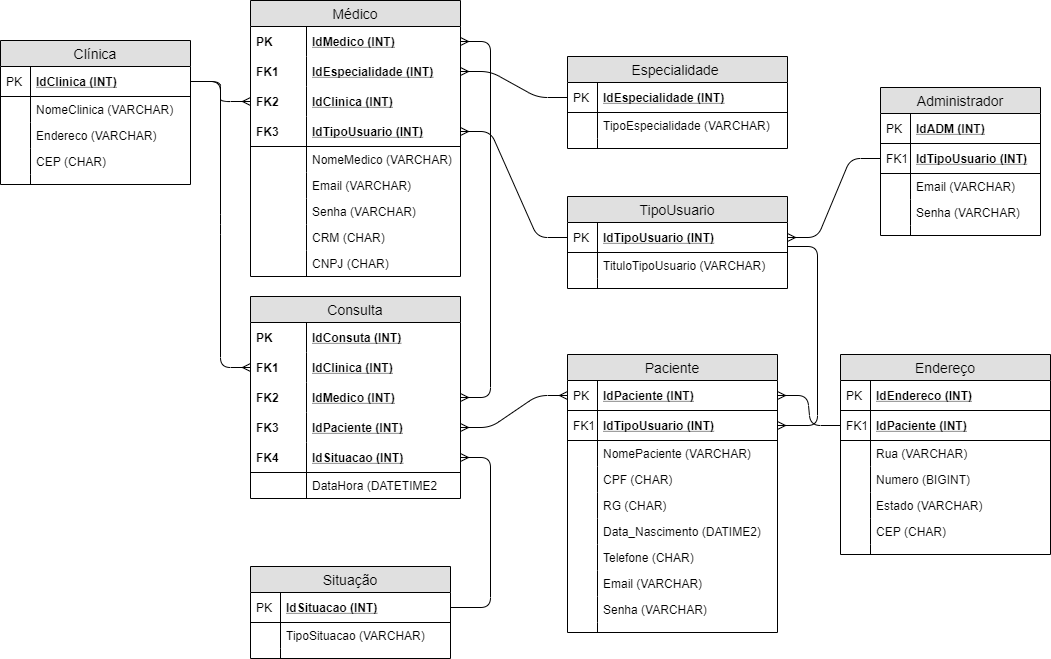
Earlier version of the draw.io export Modelagem/SPMed-Lógico.png (Matheus-Nasci/SENAI_SPMedGroup_Sprint1-BD-Tarde-MatheusNascimento). Source tidied: cells renumbered, new cells last; positions are measured from the earlier drawing's top-left corner, leaving out a move shared by most shapes.
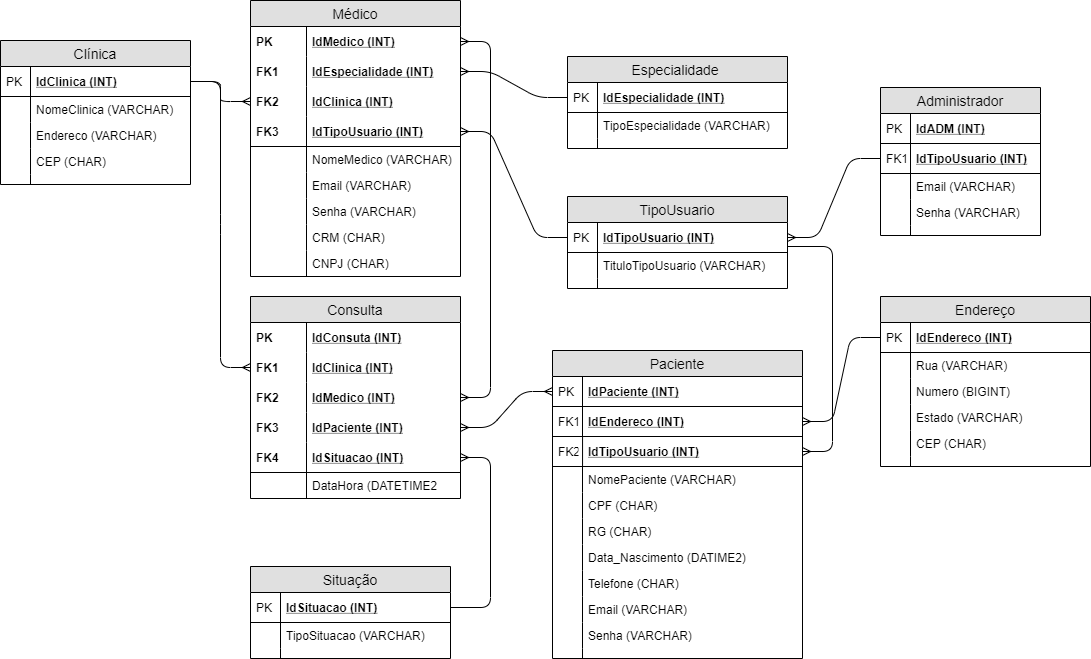
After the commit.

Diff of the diagram source:
```diff
@@ -57,64 +57,70 @@
       <mxGeometry width="30" height="10" as="geometry" />
     </mxCell>
     <mxCell id="20" value="Paciente" style="swimlane;fontStyle=0;horizontal=1;startSize=26;fillColor=#e0e0e0;swimlaneFillColor=#ffffff;align=center;fontSize=14;" parent="1" vertex="1">
-      <mxGeometry x="567" y="354" width="210" height="278" as="geometry" />
+      <mxGeometry x="552" y="350" width="250" height="308" as="geometry" />
     </mxCell>
     <mxCell id="21" value="IdPaciente (INT)" style="shape=partialRectangle;top=0;left=0;right=0;bottom=1;align=left;verticalAlign=middle;fillColor=none;spacingLeft=34;spacingRight=4;overflow=hidden;points=[[0,0.5],[1,0.5]];portConstraint=eastwest;fontStyle=5;fontSize=12;" parent="20" vertex="1">
-      <mxGeometry y="26" width="210" height="30" as="geometry" />
+      <mxGeometry y="26" width="250" height="30" as="geometry" />
     </mxCell>
     <mxCell id="22" value="PK" style="shape=partialRectangle;top=0;left=0;bottom=0;fillColor=none;align=left;verticalAlign=middle;spacingLeft=4;spacingRight=4;overflow=hidden;fontSize=12;" parent="21" vertex="1">
       <mxGeometry width="30" height="30" as="geometry" />
     </mxCell>
+    <mxCell id="123" value="IdEndereco (INT)" style="shape=partialRectangle;top=0;left=0;right=0;bottom=1;align=left;verticalAlign=middle;fillColor=none;spacingLeft=34;spacingRight=4;overflow=hidden;points=[[0,0.5],[1,0.5]];portConstraint=eastwest;fontStyle=5;fontSize=12;" parent="20" vertex="1">
+      <mxGeometry y="56" width="250" height="30" as="geometry" />
+    </mxCell>
+    <mxCell id="111" value="FK1" style="shape=partialRectangle;top=0;left=0;bottom=0;fillColor=none;align=left;verticalAlign=middle;spacingLeft=4;spacingRight=4;overflow=hidden;fontSize=12;" parent="123" vertex="1">
+      <mxGeometry width="30" height="30" as="geometry" />
+    </mxCell>
     <mxCell id="23" value="IdTipoUsuario (INT)" style="shape=partialRectangle;top=0;left=0;right=0;bottom=1;align=left;verticalAlign=middle;fillColor=none;spacingLeft=34;spacingRight=4;overflow=hidden;points=[[0,0.5],[1,0.5]];portConstraint=eastwest;fontStyle=5;fontSize=12;" parent="20" vertex="1">
-      <mxGeometry y="56" width="210" height="30" as="geometry" />
+      <mxGeometry y="86" width="250" height="30" as="geometry" />
     </mxCell>
-    <mxCell id="24" value="FK1" style="shape=partialRectangle;top=0;left=0;bottom=0;fillColor=none;align=left;verticalAlign=middle;spacingLeft=4;spacingRight=4;overflow=hidden;fontSize=12;" parent="23" vertex="1">
-      <mxGeometry width="30" height="30" as="geometry" />
+    <mxCell id="24" value="FK2" style="shape=partialRectangle;top=0;left=0;bottom=0;fillColor=none;align=left;verticalAlign=middle;spacingLeft=4;spacingRight=4;overflow=hidden;fontSize=12;" parent="23" vertex="1">
+      <mxGeometry width="30.1" height="30" as="geometry" />
     </mxCell>
     <mxCell id="25" value="NomePaciente (VARCHAR)" style="shape=partialRectangle;top=0;left=0;right=0;bottom=0;align=left;verticalAlign=top;fillColor=none;spacingLeft=34;spacingRight=4;overflow=hidden;fontSize=12;" parent="20" vertex="1">
-      <mxGeometry y="86" width="210" height="26" as="geometry" />
+      <mxGeometry y="116" width="250" height="26" as="geometry" />
     </mxCell>
     <mxCell id="26" style="shape=partialRectangle;top=0;left=0;bottom=0;fillColor=none;align=left;verticalAlign=top;spacingLeft=4;spacingRight=4;overflow=hidden;fontSize=12;" parent="25" vertex="1">
       <mxGeometry width="30" height="26" as="geometry" />
     </mxCell>
     <mxCell id="27" value="CPF (CHAR)" style="shape=partialRectangle;top=0;left=0;right=0;bottom=0;align=left;verticalAlign=top;fillColor=none;spacingLeft=34;spacingRight=4;overflow=hidden;fontSize=12;" parent="20" vertex="1">
-      <mxGeometry y="112" width="210" height="26" as="geometry" />
+      <mxGeometry y="142" width="250" height="26" as="geometry" />
     </mxCell>
     <mxCell id="28" style="shape=partialRectangle;top=0;left=0;bottom=0;fillColor=none;align=left;verticalAlign=top;spacingLeft=4;spacingRight=4;overflow=hidden;fontSize=12;" parent="27" vertex="1">
       <mxGeometry width="30" height="26" as="geometry" />
     </mxCell>
     <mxCell id="29" value="RG (CHAR)" style="shape=partialRectangle;top=0;left=0;right=0;bottom=0;align=left;verticalAlign=top;fillColor=none;spacingLeft=34;spacingRight=4;overflow=hidden;fontSize=12;" parent="20" vertex="1">
-      <mxGeometry y="138" width="210" height="26" as="geometry" />
+      <mxGeometry y="168" width="250" height="26" as="geometry" />
     </mxCell>
     <mxCell id="30" style="shape=partialRectangle;top=0;left=0;bottom=0;fillColor=none;align=left;verticalAlign=top;spacingLeft=4;spacingRight=4;overflow=hidden;fontSize=12;" parent="29" vertex="1">
       <mxGeometry width="30" height="26" as="geometry" />
     </mxCell>
     <mxCell id="31" value="Data_Nascimento (DATIME2)" style="shape=partialRectangle;top=0;left=0;right=0;bottom=0;align=left;verticalAlign=top;fillColor=none;spacingLeft=34;spacingRight=4;overflow=hidden;fontSize=12;" parent="20" vertex="1">
-      <mxGeometry y="164" width="210" height="26" as="geometry" />
+      <mxGeometry y="194" width="250" height="26" as="geometry" />
     </mxCell>
     <mxCell id="32" style="shape=partialRectangle;top=0;left=0;bottom=0;fillColor=none;align=left;verticalAlign=top;spacingLeft=4;spacingRight=4;overflow=hidden;fontSize=12;" parent="31" vertex="1">
       <mxGeometry width="30" height="26" as="geometry" />
     </mxCell>
     <mxCell id="33" value="Telefone (CHAR)" style="shape=partialRectangle;top=0;left=0;right=0;bottom=0;align=left;verticalAlign=top;fillColor=none;spacingLeft=34;spacingRight=4;overflow=hidden;fontSize=12;" parent="20" vertex="1">
-      <mxGeometry y="190" width="210" height="26" as="geometry" />
+      <mxGeometry y="220" width="250" height="26" as="geometry" />
     </mxCell>
     <mxCell id="34" style="shape=partialRectangle;top=0;left=0;bottom=0;fillColor=none;align=left;verticalAlign=top;spacingLeft=4;spacingRight=4;overflow=hidden;fontSize=12;" parent="33" vertex="1">
       <mxGeometry width="30" height="26" as="geometry" />
     </mxCell>
     <mxCell id="35" value="Email (VARCHAR)" style="shape=partialRectangle;top=0;left=0;right=0;bottom=0;align=left;verticalAlign=top;fillColor=none;spacingLeft=34;spacingRight=4;overflow=hidden;fontSize=12;" parent="20" vertex="1">
-      <mxGeometry y="216" width="210" height="26" as="geometry" />
+      <mxGeometry y="246" width="250" height="26" as="geometry" />
     </mxCell>
     <mxCell id="36" style="shape=partialRectangle;top=0;left=0;bottom=0;fillColor=none;align=left;verticalAlign=top;spacingLeft=4;spacingRight=4;overflow=hidden;fontSize=12;" parent="35" vertex="1">
       <mxGeometry width="30" height="26" as="geometry" />
     </mxCell>
     <mxCell id="37" value="Senha (VARCHAR)" style="shape=partialRectangle;top=0;left=0;right=0;bottom=0;align=left;verticalAlign=top;fillColor=none;spacingLeft=34;spacingRight=4;overflow=hidden;fontSize=12;" parent="20" vertex="1">
-      <mxGeometry y="242" width="210" height="26" as="geometry" />
+      <mxGeometry y="272" width="250" height="26" as="geometry" />
     </mxCell>
     <mxCell id="38" style="shape=partialRectangle;top=0;left=0;bottom=0;fillColor=none;align=left;verticalAlign=top;spacingLeft=4;spacingRight=4;overflow=hidden;fontSize=12;" parent="37" vertex="1">
       <mxGeometry width="30" height="26" as="geometry" />
     </mxCell>
     <mxCell id="39" style="shape=partialRectangle;top=0;left=0;right=0;bottom=0;align=left;verticalAlign=top;fillColor=none;spacingLeft=34;spacingRight=4;overflow=hidden;fontSize=12;" parent="20" vertex="1">
-      <mxGeometry y="268" width="210" height="10" as="geometry" />
+      <mxGeometry y="298" width="250" height="10" as="geometry" />
     </mxCell>
     <mxCell id="40" style="shape=partialRectangle;top=0;left=0;bottom=0;fillColor=none;align=left;verticalAlign=top;spacingLeft=4;spacingRight=4;overflow=hidden;fontSize=12;" parent="39" vertex="1">
       <mxGeometry width="30" height="10" as="geometry" />
@@ -320,7 +326,7 @@
       <mxGeometry relative="1" as="geometry" />
     </mxCell>
     <mxCell id="107" value="Endereço" style="swimlane;fontStyle=0;horizontal=1;startSize=26;fillColor=#e0e0e0;swimlaneFillColor=#ffffff;align=center;fontSize=14;" parent="1" vertex="1">
-      <mxGeometry x="840" y="354" width="210" height="200" as="geometry" />
+      <mxGeometry x="880" y="296" width="210" height="170" as="geometry" />
     </mxCell>
     <mxCell id="108" value="IdEndereco (INT)" style="shape=partialRectangle;top=0;left=0;right=0;bottom=1;align=left;verticalAlign=middle;fillColor=none;spacingLeft=34;spacingRight=4;overflow=hidden;points=[[0,0.5],[1,0.5]];portConstraint=eastwest;fontStyle=5;fontSize=12;" parent="107" vertex="1">
       <mxGeometry y="26" width="210" height="30" as="geometry" />
@@ -328,43 +334,37 @@
     <mxCell id="109" value="PK" style="shape=partialRectangle;top=0;left=0;bottom=0;fillColor=none;align=left;verticalAlign=middle;spacingLeft=4;spacingRight=4;overflow=hidden;fontSize=12;" parent="108" vertex="1">
       <mxGeometry width="30" height="30" as="geometry" />
     </mxCell>
-    <mxCell id="110" value="IdPaciente (INT)" style="shape=partialRectangle;top=0;left=0;right=0;bottom=1;align=left;verticalAlign=middle;fillColor=none;spacingLeft=34;spacingRight=4;overflow=hidden;points=[[0,0.5],[1,0.5]];portConstraint=eastwest;fontStyle=5;fontSize=12;" parent="107" vertex="1">
-      <mxGeometry y="56" width="210" height="30" as="geometry" />
-    </mxCell>
-    <mxCell id="111" value="FK1" style="shape=partialRectangle;top=0;left=0;bottom=0;fillColor=none;align=left;verticalAlign=middle;spacingLeft=4;spacingRight=4;overflow=hidden;fontSize=12;" parent="110" vertex="1">
-      <mxGeometry width="30" height="30" as="geometry" />
-    </mxCell>
     <mxCell id="112" value="Rua (VARCHAR)" style="shape=partialRectangle;top=0;left=0;right=0;bottom=0;align=left;verticalAlign=top;fillColor=none;spacingLeft=34;spacingRight=4;overflow=hidden;fontSize=12;" parent="107" vertex="1">
-      <mxGeometry y="86" width="210" height="26" as="geometry" />
+      <mxGeometry y="56" width="210" height="26" as="geometry" />
     </mxCell>
     <mxCell id="113" style="shape=partialRectangle;top=0;left=0;bottom=0;fillColor=none;align=left;verticalAlign=top;spacingLeft=4;spacingRight=4;overflow=hidden;fontSize=12;" parent="112" vertex="1">
       <mxGeometry width="30" height="26" as="geometry" />
     </mxCell>
     <mxCell id="114" value="Numero (BIGINT)" style="shape=partialRectangle;top=0;left=0;right=0;bottom=0;align=left;verticalAlign=top;fillColor=none;spacingLeft=34;spacingRight=4;overflow=hidden;fontSize=12;" parent="107" vertex="1">
-      <mxGeometry y="112" width="210" height="26" as="geometry" />
+      <mxGeometry y="82" width="210" height="26" as="geometry" />
     </mxCell>
     <mxCell id="115" style="shape=partialRectangle;top=0;left=0;bottom=0;fillColor=none;align=left;verticalAlign=top;spacingLeft=4;spacingRight=4;overflow=hidden;fontSize=12;" parent="114" vertex="1">
       <mxGeometry width="30" height="26" as="geometry" />
     </mxCell>
     <mxCell id="116" value="Estado (VARCHAR)" style="shape=partialRectangle;top=0;left=0;right=0;bottom=0;align=left;verticalAlign=top;fillColor=none;spacingLeft=34;spacingRight=4;overflow=hidden;fontSize=12;" parent="107" vertex="1">
-      <mxGeometry y="138" width="210" height="26" as="geometry" />
+      <mxGeometry y="108" width="210" height="26" as="geometry" />
     </mxCell>
     <mxCell id="117" style="shape=partialRectangle;top=0;left=0;bottom=0;fillColor=none;align=left;verticalAlign=top;spacingLeft=4;spacingRight=4;overflow=hidden;fontSize=12;" parent="116" vertex="1">
       <mxGeometry width="30" height="26" as="geometry" />
     </mxCell>
     <mxCell id="118" value="CEP (CHAR)" style="shape=partialRectangle;top=0;left=0;right=0;bottom=0;align=left;verticalAlign=top;fillColor=none;spacingLeft=34;spacingRight=4;overflow=hidden;fontSize=12;" parent="107" vertex="1">
-      <mxGeometry y="164" width="210" height="26" as="geometry" />
+      <mxGeometry y="134" width="210" height="26" as="geometry" />
     </mxCell>
     <mxCell id="119" style="shape=partialRectangle;top=0;left=0;bottom=0;fillColor=none;align=left;verticalAlign=top;spacingLeft=4;spacingRight=4;overflow=hidden;fontSize=12;" parent="118" vertex="1">
       <mxGeometry width="30" height="26" as="geometry" />
     </mxCell>
     <mxCell id="120" style="shape=partialRectangle;top=0;left=0;right=0;bottom=0;align=left;verticalAlign=top;fillColor=none;spacingLeft=34;spacingRight=4;overflow=hidden;fontSize=12;" parent="107" vertex="1">
-      <mxGeometry y="190" width="210" height="10" as="geometry" />
+      <mxGeometry y="160" width="210" height="10" as="geometry" />
     </mxCell>
     <mxCell id="121" style="shape=partialRectangle;top=0;left=0;bottom=0;fillColor=none;align=left;verticalAlign=top;spacingLeft=4;spacingRight=4;overflow=hidden;fontSize=12;" parent="120" vertex="1">
       <mxGeometry width="30" height="10" as="geometry" />
     </mxCell>
-    <mxCell id="122" style="edgeStyle=entityRelationEdgeStyle;fontSize=12;html=1;endArrow=ERmany;" parent="1" edge="1" source="110" target="21">
+    <mxCell id="122" style="edgeStyle=entityRelationEdgeStyle;fontSize=12;html=1;endArrow=ERmany;" parent="1" edge="1" source="108" target="123">
       <mxGeometry relative="1" as="geometry" />
     </mxCell>
   </root>
```
